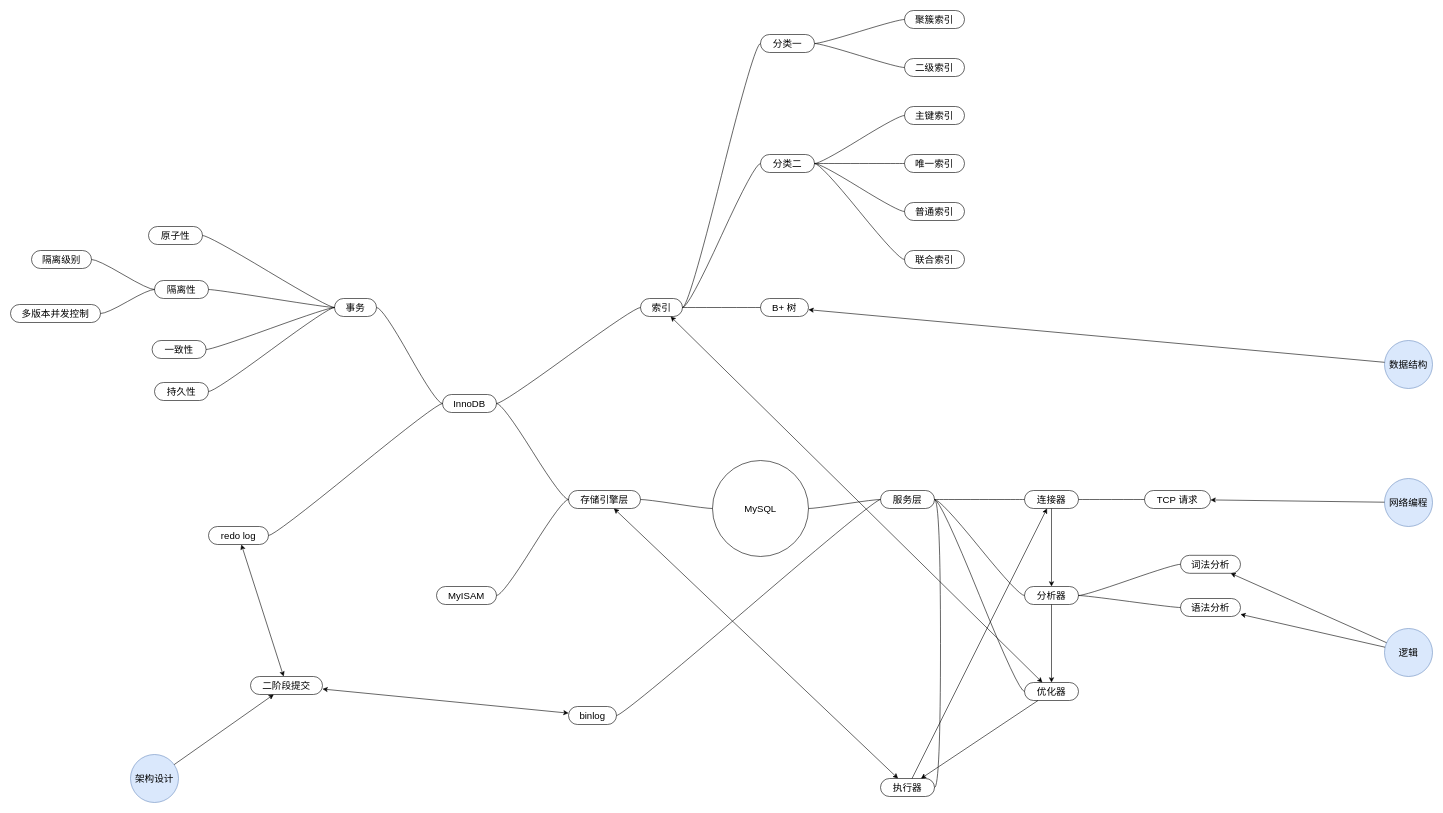
Above: drawio/computer-science/database/mysql/overview.drawio in KelipuTe/old.github.io (draw.io), before the change. Source tidied: cells renumbered, new cells numbered last; positions are measured from the earlier drawing's top-left corner, leaving out a move shared by most shapes. Both pictures are drawn from the tidied source at 60%, with x=0, y=0 at pixel (10, 10).
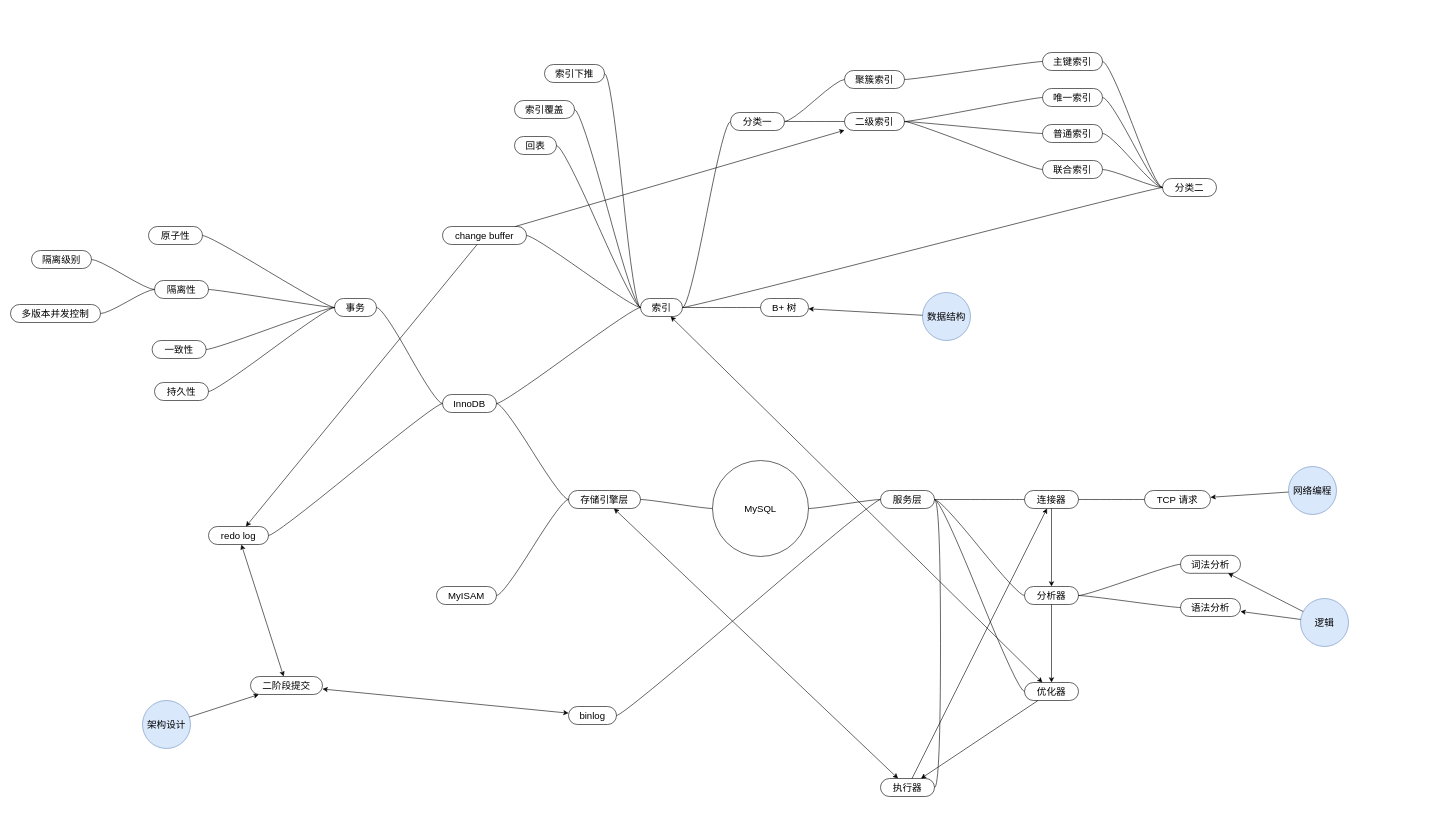
After the change.

The change refers to these unchanged cells:
```xml
<mxCell id="20" value="redo log" style="whiteSpace=wrap;html=1;rounded=1;arcSize=50;align=center;verticalAlign=middle;strokeWidth=1;spacing=4;newEdgeStyle={&quot;edgeStyle&quot;:&quot;entityRelationEdgeStyle&quot;,&quot;startArrow&quot;:&quot;none&quot;,&quot;endArrow&quot;:&quot;none&quot;,&quot;segment&quot;:10,&quot;curved&quot;:1};fontSize=16;" parent="1" vertex="1">
  <mxGeometry x="330" y="860" width="100" height="30" as="geometry" />
</mxCell>
<mxCell id="42" value="索引" style="whiteSpace=wrap;html=1;rounded=1;arcSize=50;align=center;verticalAlign=middle;strokeWidth=1;spacing=4;newEdgeStyle={&quot;edgeStyle&quot;:&quot;entityRelationEdgeStyle&quot;,&quot;startArrow&quot;:&quot;none&quot;,&quot;endArrow&quot;:&quot;none&quot;,&quot;segment&quot;:10,&quot;curved&quot;:1};fontSize=16;" parent="1" vertex="1">
  <mxGeometry x="1050" y="480" width="70" height="30" as="geometry" />
</mxCell>
```

Change to the diagram source:
```diff
@@
     <mxCell id="41" value="网络编程" style="ellipse;whiteSpace=wrap;html=1;align=center;newEdgeStyle={&quot;edgeStyle&quot;:&quot;entityRelationEdgeStyle&quot;,&quot;startArrow&quot;:&quot;none&quot;,&quot;endArrow&quot;:&quot;none&quot;,&quot;segment&quot;:10,&quot;curved&quot;:1};fontSize=16;fillColor=#dae8fc;strokeColor=#6c8ebf;" parent="1" vertex="1">
-      <mxGeometry x="2290" y="780" width="80" height="80" as="geometry" />
+      <mxGeometry x="2130" y="760" width="80" height="80" as="geometry" />
     </mxCell>
@@
     <mxCell id="44" value="聚簇索引" style="whiteSpace=wrap;html=1;rounded=1;arcSize=50;align=center;verticalAlign=middle;strokeWidth=1;spacing=4;newEdgeStyle={&quot;edgeStyle&quot;:&quot;entityRelationEdgeStyle&quot;,&quot;startArrow&quot;:&quot;none&quot;,&quot;endArrow&quot;:&quot;none&quot;,&quot;segment&quot;:10,&quot;curved&quot;:1};fontSize=16;" parent="1" vertex="1">
-      <mxGeometry x="1490" width="100" height="30" as="geometry" />
+      <mxGeometry x="1390" y="100" width="100" height="30" as="geometry" />
     </mxCell>
@@
     <mxCell id="46" value="二级索引" style="whiteSpace=wrap;html=1;rounded=1;arcSize=50;align=center;verticalAlign=middle;strokeWidth=1;spacing=4;newEdgeStyle={&quot;edgeStyle&quot;:&quot;entityRelationEdgeStyle&quot;,&quot;startArrow&quot;:&quot;none&quot;,&quot;endArrow&quot;:&quot;none&quot;,&quot;segment&quot;:10,&quot;curved&quot;:1};fontSize=16;" parent="1" vertex="1">
-      <mxGeometry x="1490" y="80" width="100" height="30" as="geometry" />
+      <mxGeometry x="1390" y="170" width="100" height="30" as="geometry" />
     </mxCell>
@@
     <mxCell id="48" value="联合索引" style="whiteSpace=wrap;html=1;rounded=1;arcSize=50;align=center;verticalAlign=middle;strokeWidth=1;spacing=4;newEdgeStyle={&quot;edgeStyle&quot;:&quot;entityRelationEdgeStyle&quot;,&quot;startArrow&quot;:&quot;none&quot;,&quot;endArrow&quot;:&quot;none&quot;,&quot;segment&quot;:10,&quot;curved&quot;:1};fontSize=16;" parent="1" vertex="1">
-      <mxGeometry x="1490" y="400" width="100" height="30" as="geometry" />
+      <mxGeometry x="1720" y="250" width="100" height="30" as="geometry" />
     </mxCell>
@@
     <mxCell id="52" value="分类一" style="whiteSpace=wrap;html=1;rounded=1;arcSize=50;align=center;verticalAlign=middle;strokeWidth=1;spacing=4;newEdgeStyle={&quot;edgeStyle&quot;:&quot;entityRelationEdgeStyle&quot;,&quot;startArrow&quot;:&quot;none&quot;,&quot;endArrow&quot;:&quot;none&quot;,&quot;segment&quot;:10,&quot;curved&quot;:1};fontSize=16;" parent="1" vertex="1">
-      <mxGeometry x="1250" y="40" width="90" height="30" as="geometry" />
+      <mxGeometry x="1200" y="170" width="90" height="30" as="geometry" />
     </mxCell>
@@
     <mxCell id="54" value="分类二" style="whiteSpace=wrap;html=1;rounded=1;arcSize=50;align=center;verticalAlign=middle;strokeWidth=1;spacing=4;newEdgeStyle={&quot;edgeStyle&quot;:&quot;entityRelationEdgeStyle&quot;,&quot;startArrow&quot;:&quot;none&quot;,&quot;endArrow&quot;:&quot;none&quot;,&quot;segment&quot;:10,&quot;curved&quot;:1};fontSize=16;" parent="1" vertex="1">
-      <mxGeometry x="1250" y="240" width="90" height="30" as="geometry" />
+      <mxGeometry x="1920" y="280" width="90" height="30" as="geometry" />
     </mxCell>
@@
     <mxCell id="56" value="主键索引" style="whiteSpace=wrap;html=1;rounded=1;arcSize=50;align=center;verticalAlign=middle;strokeWidth=1;spacing=4;newEdgeStyle={&quot;edgeStyle&quot;:&quot;entityRelationEdgeStyle&quot;,&quot;startArrow&quot;:&quot;none&quot;,&quot;endArrow&quot;:&quot;none&quot;,&quot;segment&quot;:10,&quot;curved&quot;:1};fontSize=16;" parent="1" vertex="1">
-      <mxGeometry x="1490" y="160" width="100" height="30" as="geometry" />
+      <mxGeometry x="1720" y="70" width="100" height="30" as="geometry" />
     </mxCell>
@@
     <mxCell id="58" value="唯一索引" style="whiteSpace=wrap;html=1;rounded=1;arcSize=50;align=center;verticalAlign=middle;strokeWidth=1;spacing=4;newEdgeStyle={&quot;edgeStyle&quot;:&quot;entityRelationEdgeStyle&quot;,&quot;startArrow&quot;:&quot;none&quot;,&quot;endArrow&quot;:&quot;none&quot;,&quot;segment&quot;:10,&quot;curved&quot;:1};fontSize=16;" parent="1" vertex="1">
-      <mxGeometry x="1490" y="240" width="100" height="30" as="geometry" />
+      <mxGeometry x="1720" y="130" width="100" height="30" as="geometry" />
     </mxCell>
@@
     <mxCell id="60" value="普通索引" style="whiteSpace=wrap;html=1;rounded=1;arcSize=50;align=center;verticalAlign=middle;strokeWidth=1;spacing=4;newEdgeStyle={&quot;edgeStyle&quot;:&quot;entityRelationEdgeStyle&quot;,&quot;startArrow&quot;:&quot;none&quot;,&quot;endArrow&quot;:&quot;none&quot;,&quot;segment&quot;:10,&quot;curved&quot;:1};fontSize=16;" parent="1" vertex="1">
-      <mxGeometry x="1490" y="320" width="100" height="30" as="geometry" />
+      <mxGeometry x="1720" y="190" width="100" height="30" as="geometry" />
     </mxCell>
@@
     <mxCell id="62" value="数据结构" style="ellipse;whiteSpace=wrap;html=1;align=center;newEdgeStyle={&quot;edgeStyle&quot;:&quot;entityRelationEdgeStyle&quot;,&quot;startArrow&quot;:&quot;none&quot;,&quot;endArrow&quot;:&quot;none&quot;,&quot;segment&quot;:10,&quot;curved&quot;:1};fontSize=16;fillColor=#dae8fc;strokeColor=#6c8ebf;" parent="1" vertex="1">
-      <mxGeometry x="2290" y="550" width="80" height="80" as="geometry" />
+      <mxGeometry x="1520" y="470" width="80" height="80" as="geometry" />
     </mxCell>
@@
     <mxCell id="71" value="逻辑" style="ellipse;whiteSpace=wrap;html=1;align=center;newEdgeStyle={&quot;edgeStyle&quot;:&quot;entityRelationEdgeStyle&quot;,&quot;startArrow&quot;:&quot;none&quot;,&quot;endArrow&quot;:&quot;none&quot;,&quot;segment&quot;:10,&quot;curved&quot;:1};fontSize=16;fillColor=#dae8fc;strokeColor=#6c8ebf;" parent="1" vertex="1">
-      <mxGeometry x="2290" y="1030" width="80" height="80" as="geometry" />
+      <mxGeometry x="2150" y="980" width="80" height="80" as="geometry" />
     </mxCell>
@@
     <mxCell id="78" value="架构设计" style="ellipse;whiteSpace=wrap;html=1;align=center;newEdgeStyle={&quot;edgeStyle&quot;:&quot;entityRelationEdgeStyle&quot;,&quot;startArrow&quot;:&quot;none&quot;,&quot;endArrow&quot;:&quot;none&quot;,&quot;segment&quot;:10,&quot;curved&quot;:1};fontSize=16;fillColor=#dae8fc;strokeColor=#6c8ebf;" parent="1" vertex="1">
-      <mxGeometry x="200" y="1240" width="80" height="80" as="geometry" />
+      <mxGeometry x="220" y="1150" width="80" height="80" as="geometry" />
     </mxCell>
@@
+    <mxCell id="81" value="change buffer" style="whiteSpace=wrap;html=1;rounded=1;arcSize=50;align=center;verticalAlign=middle;strokeWidth=1;spacing=4;newEdgeStyle={&quot;edgeStyle&quot;:&quot;entityRelationEdgeStyle&quot;,&quot;startArrow&quot;:&quot;none&quot;,&quot;endArrow&quot;:&quot;none&quot;,&quot;segment&quot;:10,&quot;curved&quot;:1};fontSize=16;" parent="1" vertex="1">
+      <mxGeometry x="720" y="360" width="140" height="30" as="geometry" />
+    </mxCell>
+    <mxCell id="82" style="edgeStyle=entityRelationEdgeStyle;startArrow=none;endArrow=none;segment=10;curved=1;rounded=0;fontSize=16;" parent="1" edge="1" source="42" target="81">
+      <mxGeometry relative="1" as="geometry" />
+    </mxCell>
+    <mxCell id="83" style="endArrow=classic;html=1;rounded=0;fontSize=16;" parent="1" edge="1" source="81" target="46">
+      <mxGeometry relative="1" as="geometry" />
+    </mxCell>
+    <mxCell id="84" style="endArrow=classic;html=1;rounded=0;fontSize=16;" parent="1" edge="1" source="81" target="20">
+      <mxGeometry relative="1" as="geometry" />
+    </mxCell>
+    <mxCell id="85" value="回表" style="whiteSpace=wrap;html=1;rounded=1;arcSize=50;align=center;verticalAlign=middle;strokeWidth=1;spacing=4;newEdgeStyle={&quot;edgeStyle&quot;:&quot;entityRelationEdgeStyle&quot;,&quot;startArrow&quot;:&quot;none&quot;,&quot;endArrow&quot;:&quot;none&quot;,&quot;segment&quot;:10,&quot;curved&quot;:1};fontSize=16;" parent="1" vertex="1">
+      <mxGeometry x="840" y="210" width="70" height="30" as="geometry" />
+    </mxCell>
+    <mxCell id="86" value="索引覆盖" style="whiteSpace=wrap;html=1;rounded=1;arcSize=50;align=center;verticalAlign=middle;strokeWidth=1;spacing=4;newEdgeStyle={&quot;edgeStyle&quot;:&quot;entityRelationEdgeStyle&quot;,&quot;startArrow&quot;:&quot;none&quot;,&quot;endArrow&quot;:&quot;none&quot;,&quot;segment&quot;:10,&quot;curved&quot;:1};fontSize=16;" parent="1" vertex="1">
+      <mxGeometry x="840" y="150" width="100" height="30" as="geometry" />
+    </mxCell>
+    <mxCell id="87" value="索引下推" style="whiteSpace=wrap;html=1;rounded=1;arcSize=50;align=center;verticalAlign=middle;strokeWidth=1;spacing=4;newEdgeStyle={&quot;edgeStyle&quot;:&quot;entityRelationEdgeStyle&quot;,&quot;startArrow&quot;:&quot;none&quot;,&quot;endArrow&quot;:&quot;none&quot;,&quot;segment&quot;:10,&quot;curved&quot;:1};fontSize=16;" parent="1" vertex="1">
+      <mxGeometry x="890" y="90" width="100" height="30" as="geometry" />
+    </mxCell>
+    <mxCell id="88" style="edgeStyle=entityRelationEdgeStyle;startArrow=none;endArrow=none;segment=10;curved=1;rounded=0;fontSize=16;" parent="1" edge="1" source="42" target="85">
+      <mxGeometry relative="1" as="geometry" />
+    </mxCell>
+    <mxCell id="89" style="edgeStyle=entityRelationEdgeStyle;startArrow=none;endArrow=none;segment=10;curved=1;rounded=0;fontSize=16;" parent="1" edge="1" source="42" target="86">
+      <mxGeometry relative="1" as="geometry" />
+    </mxCell>
+    <mxCell id="90" style="edgeStyle=entityRelationEdgeStyle;startArrow=none;endArrow=none;segment=10;curved=1;rounded=0;fontSize=16;" parent="1" edge="1" source="42" target="87">
+      <mxGeometry relative="1" as="geometry" />
+    </mxCell>
+    <mxCell id="91" style="edgeStyle=entityRelationEdgeStyle;startArrow=none;endArrow=none;segment=10;curved=1;rounded=0;fontSize=16;" parent="1" edge="1" source="56" target="44">
+      <mxGeometry relative="1" as="geometry" />
+    </mxCell>
+    <mxCell id="92" style="edgeStyle=entityRelationEdgeStyle;startArrow=none;endArrow=none;segment=10;curved=1;rounded=0;fontSize=16;" parent="1" edge="1" source="58" target="46">
+      <mxGeometry relative="1" as="geometry" />
+    </mxCell>
+    <mxCell id="93" style="edgeStyle=entityRelationEdgeStyle;startArrow=none;endArrow=none;segment=10;curved=1;rounded=0;fontSize=16;" parent="1" edge="1" source="60" target="46">
+      <mxGeometry relative="1" as="geometry" />
+    </mxCell>
+    <mxCell id="94" style="edgeStyle=entityRelationEdgeStyle;startArrow=none;endArrow=none;segment=10;curved=1;rounded=0;fontSize=16;" parent="1" edge="1" source="48" target="46">
+      <mxGeometry relative="1" as="geometry" />
+    </mxCell>
```
